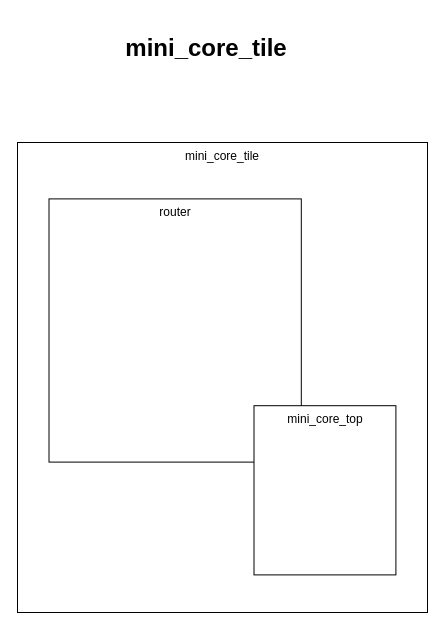
FPGA-MAFIA/fpga_mafia keeps this draw.io diagram as page "mini_core_tile" (2 of 8) of doc/fpga_mafia.drawio. Above is the earlier version. Source tidied: cells renumbered, new cells numbered last; positions are measured from the earlier drawing's top-left corner, leaving out a move shared by most shapes. Both pictures are drawn from the tidied source at 100%, with x=0, y=0 at pixel (17, 32).
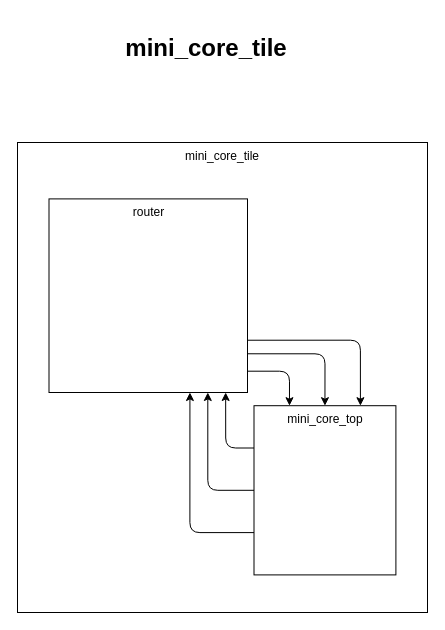
After the change.

The edit, as a diff of the source:
```diff
@@
 <mxGraphModel>
   <root>
     <mxCell id="0" />
     <mxCell id="1" parent="0" />
     <mxCell id="2" value="mini_core_tile" style="whiteSpace=wrap;html=1;verticalAlign=top;" parent="1" vertex="1">
       <mxGeometry y="110" width="410" height="470" as="geometry" />
     </mxCell>
-    <mxCell id="3" value="router" style="whiteSpace=wrap;html=1;verticalAlign=top;" parent="1" vertex="1">
-      <mxGeometry x="31.5" y="166.4" width="252.3" height="263.2" as="geometry" />
+    <mxCell id="3" value="router" style="whiteSpace=wrap;html=1;verticalAlign=top;points=[[0,0,0,0,0],[0,0.25,0,0,0],[0,0.5,0,0,0],[0,0.75,0,0,0],[0,1,0,0,0],[0.25,0,0,0,0],[0.5,0,0,0,0],[0.71,1,0,0,0],[0.75,0,0,0,0],[0.8,1,0,0,0],[0.89,1,0,0,0],[1,0,0,0,0],[1,0.73,0,0,0],[1,0.8,0,0,0],[1,0.89,0,0,0],[1,1,0,0,0]];" parent="1" vertex="1">
+      <mxGeometry x="31.5" y="166.4" width="198.5" height="193.6" as="geometry" />
     </mxCell>
     <mxCell id="4" value="mini_core_top" style="whiteSpace=wrap;html=1;verticalAlign=top;" parent="1" vertex="1">
       <mxGeometry x="236.5" y="373.2" width="141.9" height="169.2" as="geometry" />
     </mxCell>
     <mxCell id="5" value="&lt;h1&gt;mini_core_tile&lt;/h1&gt;" style="text;html=1;strokeColor=none;fillColor=none;spacing=5;spacingTop=-20;whiteSpace=wrap;overflow=hidden;rounded=0;align=center;verticalAlign=middle;" parent="1" vertex="1">
       <mxGeometry x="93.8" width="190" height="40" as="geometry" />
     </mxCell>
+    <mxCell id="6" style="edgeStyle=orthogonalEdgeStyle;html=1;entryX=0.5;entryY=0;entryDx=0;entryDy=0;exitX=1;exitY=0.8;exitDx=0;exitDy=0;exitPerimeter=0;" parent="1" edge="1" source="3" target="4">
+      <mxGeometry relative="1" as="geometry" />
+    </mxCell>
+    <mxCell id="7" style="edgeStyle=orthogonalEdgeStyle;html=1;entryX=0.75;entryY=0;entryDx=0;entryDy=0;exitX=1;exitY=0.73;exitDx=0;exitDy=0;exitPerimeter=0;" parent="1" edge="1" source="3" target="4">
+      <mxGeometry relative="1" as="geometry" />
+    </mxCell>
+    <mxCell id="8" style="edgeStyle=orthogonalEdgeStyle;html=1;entryX=0.89;entryY=1;entryDx=0;entryDy=0;exitX=0;exitY=0.25;exitDx=0;exitDy=0;entryPerimeter=0;" parent="1" edge="1" source="4" target="3">
+      <mxGeometry relative="1" as="geometry" />
+    </mxCell>
+    <mxCell id="9" style="edgeStyle=orthogonalEdgeStyle;html=1;exitX=1;exitY=0.89;exitDx=0;exitDy=0;entryX=0.25;entryY=0;entryDx=0;entryDy=0;exitPerimeter=0;" parent="1" edge="1" source="3" target="4">
+      <mxGeometry relative="1" as="geometry" />
+    </mxCell>
+    <mxCell id="10" style="edgeStyle=orthogonalEdgeStyle;html=1;entryX=0.8;entryY=1;entryDx=0;entryDy=0;exitX=0;exitY=0.5;exitDx=0;exitDy=0;entryPerimeter=0;" parent="1" edge="1" source="4" target="3">
+      <mxGeometry relative="1" as="geometry" />
+    </mxCell>
+    <mxCell id="11" style="edgeStyle=orthogonalEdgeStyle;html=1;exitX=0;exitY=0.75;exitDx=0;exitDy=0;entryX=0.71;entryY=1;entryDx=0;entryDy=0;entryPerimeter=0;" parent="1" edge="1" source="4" target="3">
+      <mxGeometry relative="1" as="geometry" />
+    </mxCell>
   </root>
 </mxGraphModel>
```
